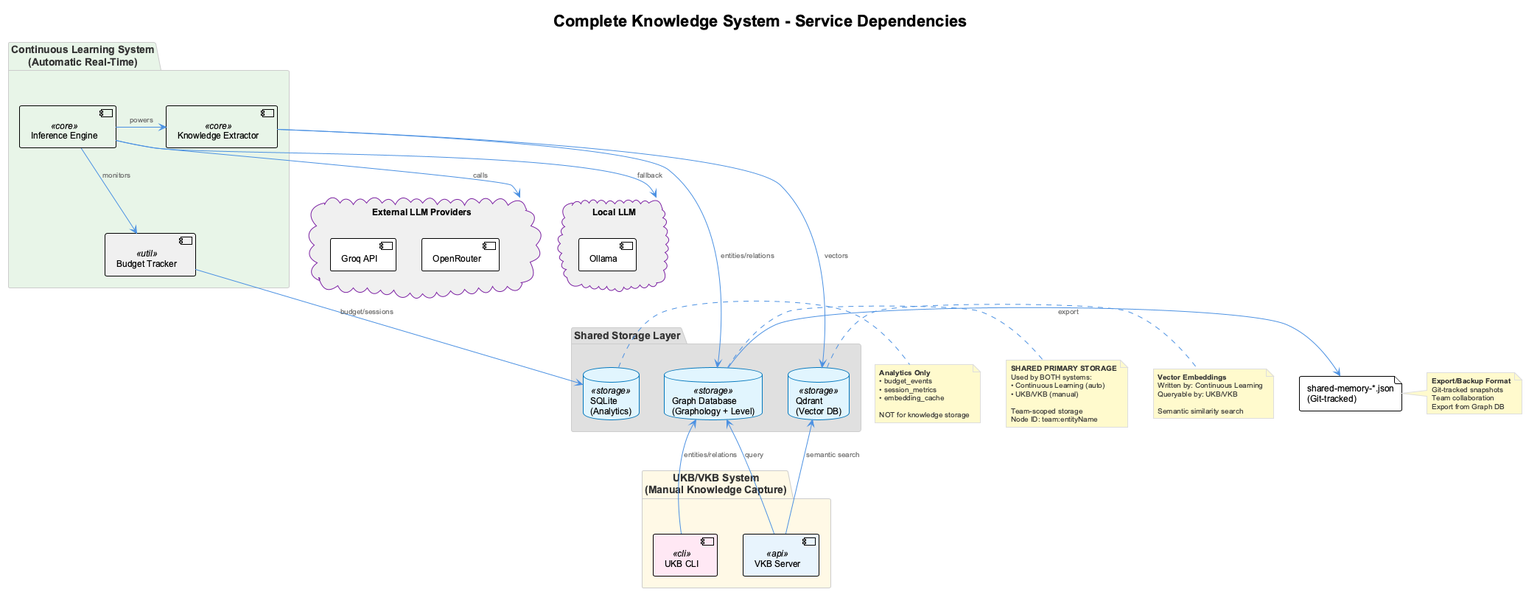
Above: docs/images/complete-knowledge-system-dependencies.png in fwornle/coding (PlantUML), before the change.
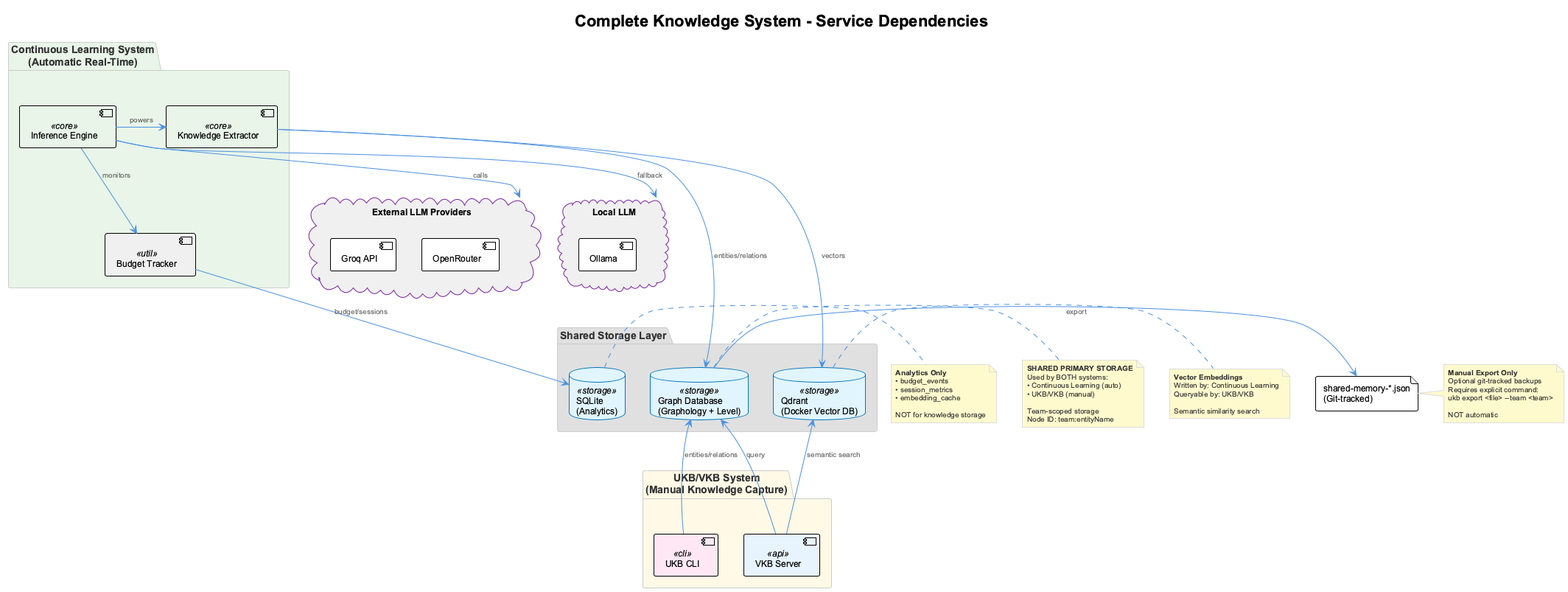
The same diagram one commit later.

Change to the diagram source:
```diff
@@ -16,7 +16,7 @@
 
 package "Shared Storage Layer" as storage #E0E0E0 {
   database "Graph Database\n(Graphology + Level)" as graphdb <<storage>>
-  database "Qdrant\n(Vector DB)" as qdrant <<storage>>
+  database "Qdrant\n(Docker Vector DB)" as qdrant <<storage>>
   database "SQLite\n(Analytics)" as sqlite <<storage>>
 }
 
@@ -74,10 +74,12 @@
 end note
 
 note right of json
-  **Export/Backup Format**
-  Git-tracked snapshots
-  Team collaboration
-  Export from Graph DB
+  **Manual Export Only**
+  Optional git-tracked backups
+  Requires explicit command:
+  ukb export <file> --team <team>
+
+  NOT automatic
 end note
 
 @enduml
```
